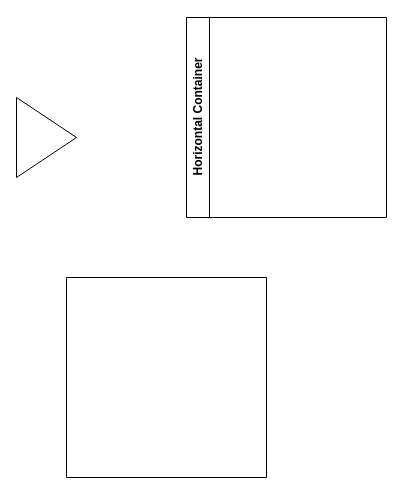
Before: src/未命名绘图.drawio in songweian/demo, a draw.io diagram. Source tidied: cells renumbered, new cells numbered last; positions are measured from the earlier drawing's top-left corner, leaving out a move shared by most shapes. Both pictures are drawn from the tidied source at 100%, with x=0, y=0 at pixel (16, 17).
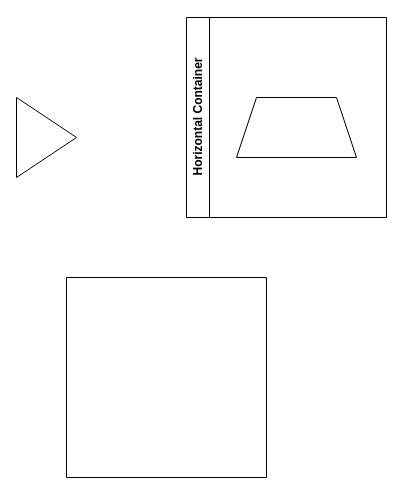
After the change.

Commit message (it also covers changes not shown here):
更新未命名绘图.drawio

What changed in the source:
```diff
@@
 <mxGraphModel>
   <root>
     <mxCell id="0" />
     <mxCell id="1" parent="0" />
     <mxCell id="2" style="triangle;whiteSpace=wrap;html=1;" parent="1" vertex="1">
       <mxGeometry y="80" width="60" height="80" as="geometry" />
     </mxCell>
     <mxCell id="3" style="swimlane;startSize=0;" parent="1" vertex="1">
       <mxGeometry x="50" y="260" width="200" height="200" as="geometry" />
     </mxCell>
     <mxCell id="4" value="Horizontal Container" style="swimlane;horizontal=0;whiteSpace=wrap;html=1;" parent="1" vertex="1">
       <mxGeometry x="170" width="200" height="200" as="geometry" />
     </mxCell>
+    <mxCell id="5" style="shape=trapezoid;perimeter=trapezoidPerimeter;whiteSpace=wrap;html=1;fixedSize=1;" parent="4" vertex="1">
+      <mxGeometry x="50" y="80" width="120" height="60" as="geometry" />
+    </mxCell>
   </root>
 </mxGraphModel>
```
